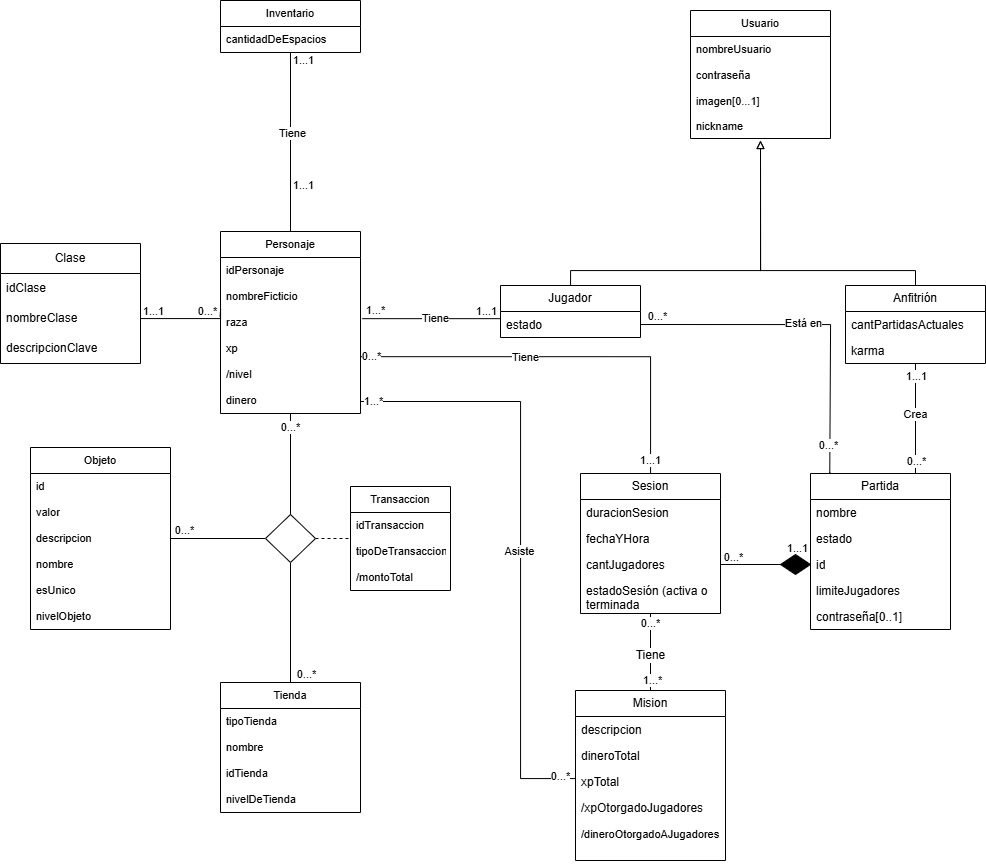
The draw.io diagram ModeloDominio.drawio.png in FrancoTesti/TP-DSW-GrupoJuegoRol, before a commit. Source tidied: cells renumbered, new cells last; positions are measured from the earlier drawing's top-left corner, leaving out a move shared by most shapes.
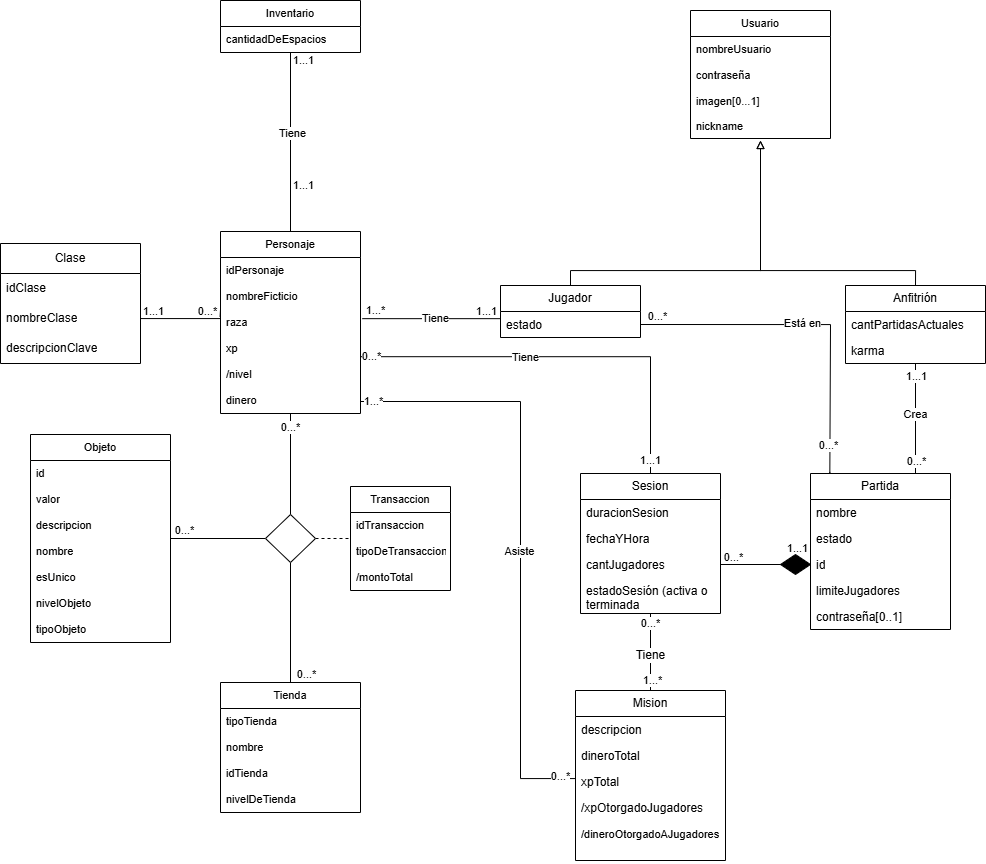
The same file after the commit.

Change to the diagram source:
```diff
@@ -168,7 +168,7 @@
       <mxGeometry relative="1" as="geometry" />
     </mxCell>
     <mxCell id="48" value="Objeto" style="swimlane;fontStyle=0;horizontal=1;startSize=26;fillColor=none;whiteSpace=wrap;html=1;fontFamily=Helvetica;fontSize=11;fontColor=default;labelBackgroundColor=default;" parent="1" vertex="1">
-      <mxGeometry x="30" y="447" width="140" height="182" as="geometry" />
+      <mxGeometry x="30" y="434" width="140" height="208" as="geometry" />
     </mxCell>
     <mxCell id="49" value="id" style="text;strokeColor=none;fillColor=none;align=left;verticalAlign=top;spacingLeft=4;spacingRight=4;overflow=hidden;whiteSpace=wrap;html=1;fontFamily=Helvetica;fontSize=11;fontColor=default;labelBackgroundColor=default;" parent="48" vertex="1">
       <mxGeometry y="26" width="140" height="26" as="geometry" />
@@ -188,6 +188,9 @@
     <mxCell id="54" value="nivelObjeto" style="text;strokeColor=none;fillColor=none;align=left;verticalAlign=top;spacingLeft=4;spacingRight=4;overflow=hidden;whiteSpace=wrap;html=1;fontFamily=Helvetica;fontSize=11;fontColor=default;labelBackgroundColor=default;" parent="48" vertex="1">
       <mxGeometry y="156" width="140" height="26" as="geometry" />
     </mxCell>
+    <mxCell id="105" value="tipoObjeto" style="text;strokeColor=none;fillColor=none;align=left;verticalAlign=top;spacingLeft=4;spacingRight=4;overflow=hidden;whiteSpace=wrap;html=1;fontFamily=Helvetica;fontSize=11;fontColor=default;labelBackgroundColor=default;" parent="48" vertex="1">
+      <mxGeometry y="182" width="140" height="26" as="geometry" />
+    </mxCell>
     <mxCell id="55" style="edgeStyle=orthogonalEdgeStyle;rounded=0;jettySize=auto;html=1;endArrow=none;endFill=0;" parent="1" edge="1" source="65" target="30">
       <mxGeometry relative="1" as="geometry" />
     </mxCell>
```
